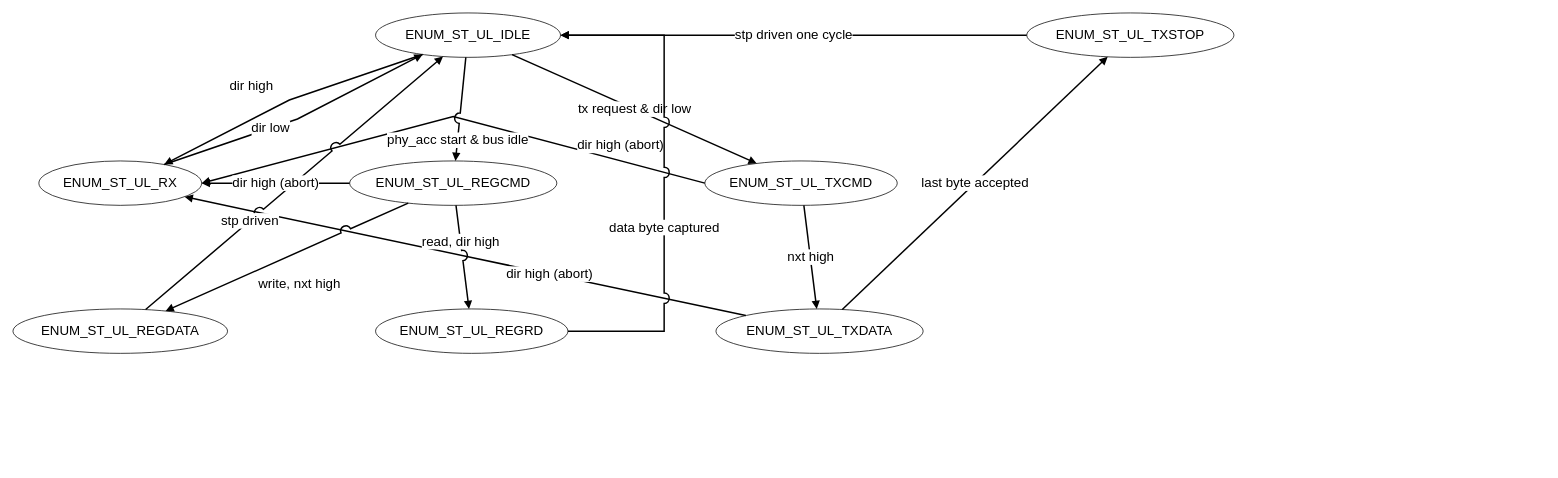
nguyenquanicd/VLSIT_OPEN_IP_CORE keeps this draw.io diagram as 023_USB20_Controller/figures/usb2_fsm_ulpi_if.drawio. Above is the earlier version. Source tidied: cells renumbered, new cells numbered last; positions are measured from the earlier drawing's top-left corner, leaving out a move shared by most shapes. Both pictures are drawn from the tidied source at 74%, with x=0, y=0 at pixel (13, 13).
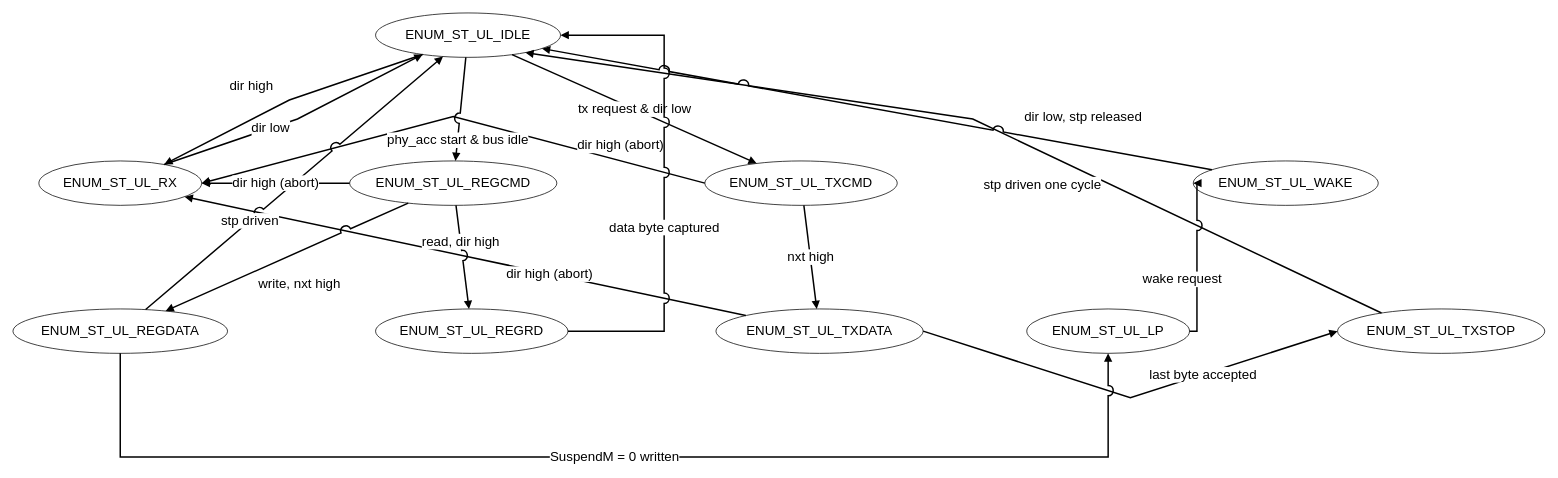
The same page after the edit.

Change to the diagram source:
```diff
@@
     <mxCell id="5" value="ENUM_ST_UL_TXSTOP" style="ellipse;whiteSpace=wrap;html=1;fontSize=18;fontColor=#000000;strokeColor=#000000;fillColor=#FFFFFF;" parent="1" vertex="1">
-      <mxGeometry x="1370" width="280" height="60" as="geometry" />
+      <mxGeometry x="1790" y="400" width="280" height="60" as="geometry" />
     </mxCell>
@@
+    <mxCell id="24" value="ENUM_ST_UL_LP" style="ellipse;whiteSpace=wrap;html=1;fontSize=18;fontColor=#000000;strokeColor=#000000;fillColor=#FFFFFF;" parent="1" vertex="1">
+      <mxGeometry x="1370" y="400" width="220" height="60" as="geometry" />
+    </mxCell>
+    <mxCell id="25" value="ENUM_ST_UL_WAKE" style="ellipse;whiteSpace=wrap;html=1;fontSize=18;fontColor=#000000;strokeColor=#000000;fillColor=#FFFFFF;" parent="1" vertex="1">
+      <mxGeometry x="1595" y="200" width="250" height="60" as="geometry" />
+    </mxCell>
@@
     <mxCell id="12" value="last byte accepted" style="endArrow=block;html=1;rounded=0;fontSize=18;strokeWidth=2;endFill=1;fontColor=#000000;strokeColor=#000000;fillColor=#FFFFFF;jumpStyle=arc;jumpSize=12;labelBackgroundColor=#FFFFFF;" parent="1" edge="1">
       <mxGeometry relative="1" as="geometry">
-        <mxPoint x="1120.7" y="400.7" as="sourcePoint" />
-        <mxPoint x="1479.3" y="59.3" as="targetPoint" />
+        <mxPoint x="1230" y="430" as="sourcePoint" />
+        <mxPoint x="1790" y="430" as="targetPoint" />
+        <Array as="points">
+          <mxPoint x="1510" y="520" />
+        </Array>
+        <mxPoint x="98" y="-31.5" as="offset" />
       </mxGeometry>
     </mxCell>
     <mxCell id="13" value="stp driven one cycle" style="endArrow=block;html=1;rounded=0;fontSize=18;strokeWidth=2;endFill=1;fontColor=#000000;strokeColor=#000000;fillColor=#FFFFFF;jumpStyle=arc;jumpSize=12;labelBackgroundColor=#FFFFFF;" parent="1" edge="1">
       <mxGeometry relative="1" as="geometry">
-        <mxPoint x="1370" y="30" as="sourcePoint" />
-        <mxPoint x="740" y="30" as="targetPoint" />
+        <mxPoint x="1849.4" y="405.5" as="sourcePoint" />
+        <mxPoint x="692.4" y="53.6" as="targetPoint" />
+        <Array as="points">
+          <mxPoint x="1297.1" y="143.4" />
+        </Array>
+        <mxPoint x="93.3" y="88.6" as="offset" />
       </mxGeometry>
     </mxCell>
@@
+    <mxCell id="26" value="SuspendM = 0 written" style="endArrow=block;html=1;rounded=0;fontSize=18;strokeWidth=2;endFill=1;fontColor=#000000;strokeColor=#000000;fillColor=#FFFFFF;jumpStyle=arc;jumpSize=12;labelBackgroundColor=#FFFFFF;" parent="1" edge="1">
+      <mxGeometry relative="1" as="geometry">
+        <mxPoint x="145" y="460" as="sourcePoint" />
+        <mxPoint x="1480" y="460" as="targetPoint" />
+        <Array as="points">
+          <mxPoint x="145" y="600" />
+          <mxPoint x="1480" y="600" />
+        </Array>
+      </mxGeometry>
+    </mxCell>
+    <mxCell id="27" value="wake request" style="endArrow=block;html=1;rounded=0;fontSize=18;strokeWidth=2;endFill=1;fontColor=#000000;strokeColor=#000000;fillColor=#FFFFFF;jumpStyle=arc;jumpSize=12;labelBackgroundColor=#FFFFFF;" parent="1" edge="1">
+      <mxGeometry relative="1" as="geometry">
+        <mxPoint x="1590" y="430" as="sourcePoint" />
+        <mxPoint x="1595" y="230" as="targetPoint" />
+        <Array as="points">
+          <mxPoint x="1600" y="430" />
+          <mxPoint x="1600" y="230" />
+        </Array>
+        <mxPoint x="-20" y="27.5" as="offset" />
+      </mxGeometry>
+    </mxCell>
+    <mxCell id="28" value="dir low, stp released" style="endArrow=block;html=1;rounded=0;fontSize=18;strokeWidth=2;endFill=1;fontColor=#000000;strokeColor=#000000;fillColor=#FFFFFF;jumpStyle=arc;jumpSize=12;labelBackgroundColor=#FFFFFF;" parent="1" edge="1">
+      <mxGeometry relative="1" as="geometry">
+        <mxPoint x="1620.2" y="211.9" as="sourcePoint" />
+        <mxPoint x="714.8" y="48.1" as="targetPoint" />
+        <mxPoint x="278.7" y="9.8" as="offset" />
+      </mxGeometry>
+    </mxCell>
```
